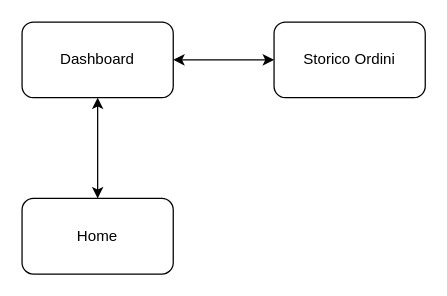
The draw.io diagram Documents/Requirement Analysis Document/Review/Seconda Parte/Nav path/Sorgenti/RF4-1.drawio in dariodidario/EasyLease, before the edit. Source tidied: cells renumbered, new cells numbered last; positions are measured from the earlier drawing's top-left corner, leaving out a move shared by most shapes. Both pictures are drawn from the tidied source at 126%, with x=0, y=0 at pixel (21, 21).
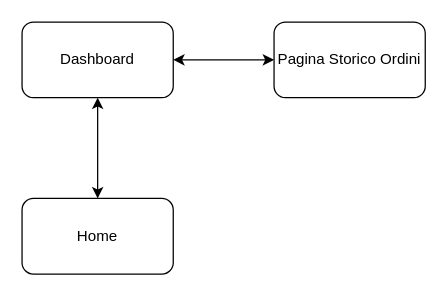
After the change.

What changed in the source:
```diff
@@
 <mxGraphModel>
   <root>
     <mxCell id="0" />
     <mxCell id="1" parent="0" />
     <mxCell id="2" value="Home" style="rounded=1;whiteSpace=wrap;html=1;" parent="1" vertex="1">
       <mxGeometry y="140" width="120" height="60" as="geometry" />
     </mxCell>
     <mxCell id="3" value="Dashboard" style="whiteSpace=wrap;html=1;rounded=1;" parent="1" vertex="1">
       <mxGeometry width="120" height="60" as="geometry" />
     </mxCell>
     <mxCell id="4" style="endArrow=classic;startArrow=classic;html=1;entryX=0.5;entryY=1;entryDx=0;entryDy=0;exitX=0.5;exitY=0;exitDx=0;exitDy=0;" parent="1" edge="1" source="2" target="3">
       <mxGeometry relative="1" as="geometry" />
     </mxCell>
-    <mxCell id="5" value="Storico Ordini" style="whiteSpace=wrap;html=1;rounded=1;" parent="1" vertex="1">
+    <mxCell id="5" value="Pagina Storico Ordini" style="whiteSpace=wrap;html=1;rounded=1;" parent="1" vertex="1">
       <mxGeometry x="200" width="120" height="60" as="geometry" />
     </mxCell>
     <mxCell id="6" style="endArrow=classic;startArrow=classic;html=1;entryX=0;entryY=0.5;entryDx=0;entryDy=0;exitX=1;exitY=0.5;exitDx=0;exitDy=0;" parent="1" edge="1" source="3" target="5">
       <mxGeometry relative="1" as="geometry" />
     </mxCell>
   </root>
 </mxGraphModel>
```
